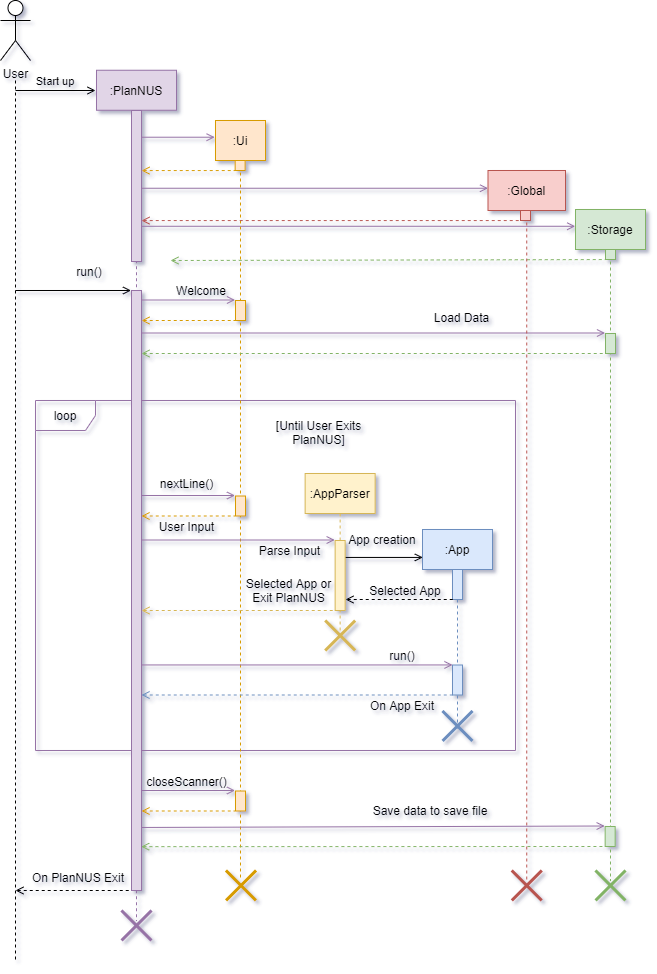
This is docs/images/DeveloperGuide/Packages_Interaction.png from vanessa-kang/tp, a draw.io export, as it was before one commit. Source tidied: cells renumbered, new cells last; positions are measured from the earlier drawing's top-left corner, leaving out a move shared by most shapes.
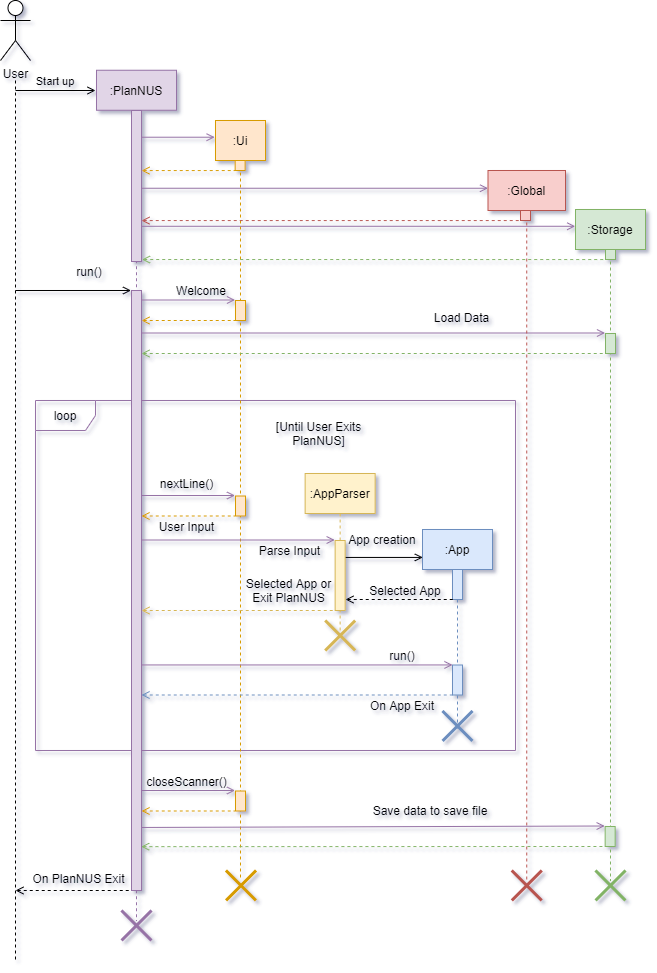
After the change.

Change to the diagram source:
```diff
@@ -65,10 +65,8 @@
         <mxPoint x="-40" y="-22" as="offset" />
       </mxGeometry>
     </mxCell>
-    <mxCell id="19" style="endArrow=none;dashed=1;html=1;strokeWidth=1;entryX=-0.003;entryY=1.008;entryDx=0;entryDy=0;entryPerimeter=0;startArrow=open;startFill=0;anchorPointDirection=0;fillColor=#d5e8d4;strokeColor=#82b366;" parent="1" edge="1" target="13">
-      <mxGeometry relative="1" as="geometry">
-        <mxPoint x="170" y="260" as="sourcePoint" />
-      </mxGeometry>
+    <mxCell id="19" style="endArrow=none;dashed=1;html=1;strokeWidth=1;entryX=-0.003;entryY=1.008;entryDx=0;entryDy=0;entryPerimeter=0;startArrow=open;startFill=0;anchorPointDirection=0;fillColor=#d5e8d4;strokeColor=#82b366;exitX=1.049;exitY=0.987;exitDx=0;exitDy=0;exitPerimeter=0;" parent="1" edge="1" source="20" target="13">
+      <mxGeometry relative="1" as="geometry" />
     </mxCell>
     <mxCell id="20" style="points=[];perimeter=orthogonalPerimeter;rounded=0;shadow=0;strokeWidth=1;fillColor=#E1D5E7;strokeColor=#9673A6;fontColor=#9673A6;" parent="1" vertex="1">
       <mxGeometry x="131" y="110" width="10" height="151" as="geometry" />
```
